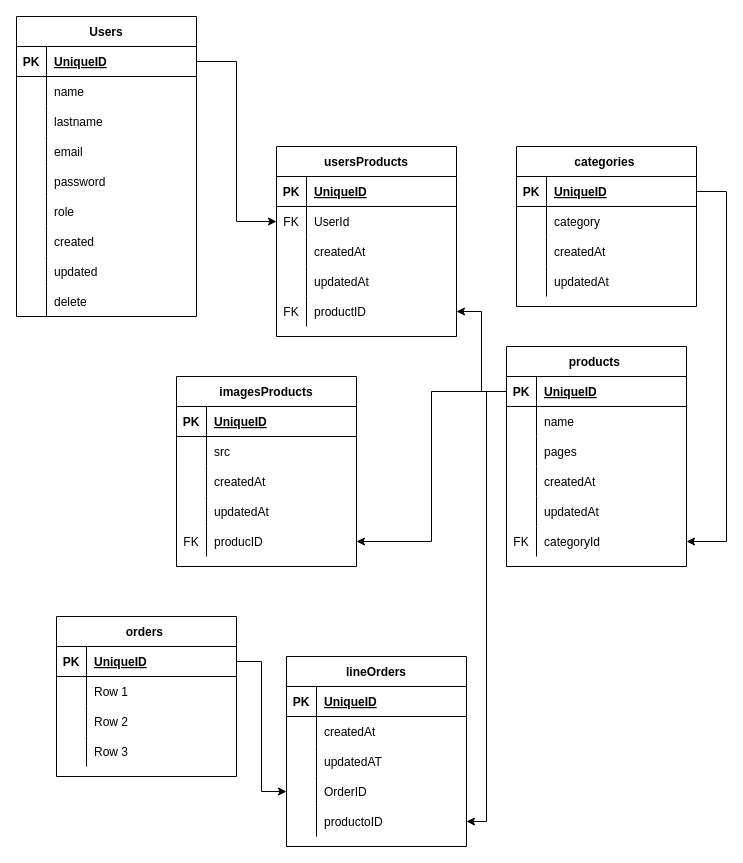
The draw.io diagram EBOOK-ECOMMERCE/Esquema Database.drawio in franco-es/E_BOOK-E_COMMERCE, before the edit. Source tidied: cells renumbered, new cells numbered last; positions are measured from the earlier drawing's top-left corner, leaving out a move shared by most shapes. Both pictures are drawn from the tidied source at 100%, with x=0, y=0 at pixel (16, 16).
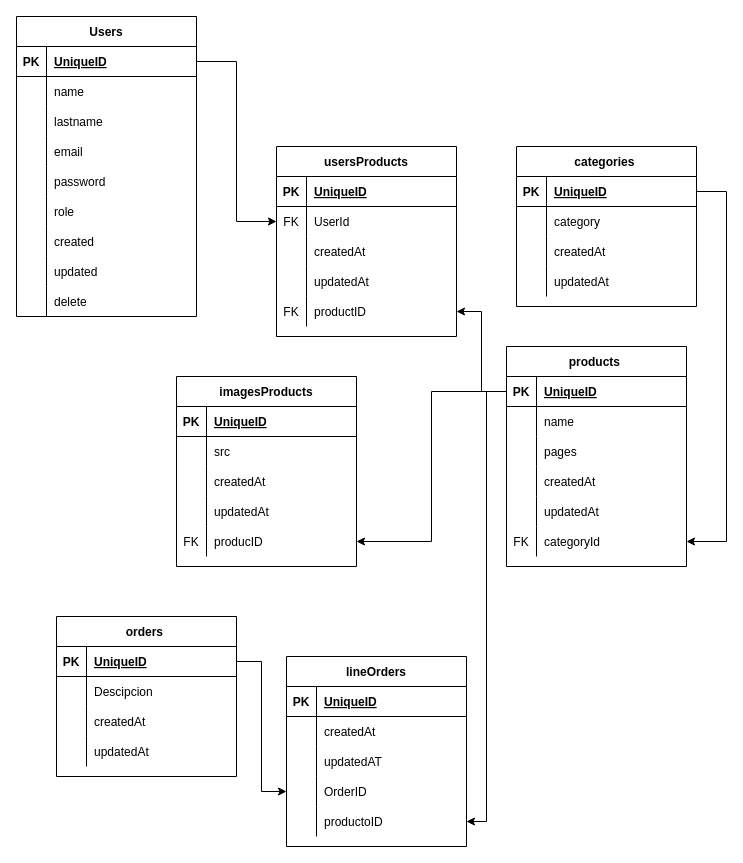
After the change.

The change refers to these unchanged cells:
```xml
<mxCell id="102" style="shape=partialRectangle;fillColor=none;top=0;left=0;bottom=0;right=0;" parent="98" vertex="1">
  <mxGeometry y="60" width="180" height="30" as="geometry" />
</mxCell>
<mxCell id="105" style="shape=partialRectangle;fillColor=none;top=0;left=0;bottom=0;right=0;" parent="98" vertex="1">
  <mxGeometry y="90" width="180" height="30" as="geometry" />
</mxCell>
<mxCell id="108" style="shape=partialRectangle;fillColor=none;top=0;left=0;bottom=0;right=0;" parent="98" vertex="1">
  <mxGeometry y="120" width="180" height="30" as="geometry" />
</mxCell>
```

What changed in the source:
```diff
@@
-    <mxCell id="104" value="Row 1" style="shape=partialRectangle;fillColor=none;top=0;left=0;bottom=0;right=0;align=left;spacingLeft=6;overflow=hidden;" parent="102" vertex="1">
+    <mxCell id="104" value="Descipcion" style="shape=partialRectangle;fillColor=none;top=0;left=0;bottom=0;right=0;align=left;spacingLeft=6;overflow=hidden;" parent="102" vertex="1">
       <mxGeometry x="30" width="150" height="30" as="geometry" />
     </mxCell>
@@
-    <mxCell id="107" value="Row 2" style="shape=partialRectangle;fillColor=none;top=0;left=0;bottom=0;right=0;align=left;spacingLeft=6;overflow=hidden;" parent="105" vertex="1">
+    <mxCell id="107" value="createdAt" style="shape=partialRectangle;fillColor=none;top=0;left=0;bottom=0;right=0;align=left;spacingLeft=6;overflow=hidden;" parent="105" vertex="1">
       <mxGeometry x="30" width="150" height="30" as="geometry" />
     </mxCell>
@@
-    <mxCell id="110" value="Row 3" style="shape=partialRectangle;fillColor=none;top=0;left=0;bottom=0;right=0;align=left;spacingLeft=6;overflow=hidden;" parent="108" vertex="1">
+    <mxCell id="110" value="updatedAt" style="shape=partialRectangle;fillColor=none;top=0;left=0;bottom=0;right=0;align=left;spacingLeft=6;overflow=hidden;" parent="108" vertex="1">
       <mxGeometry x="30" width="150" height="30" as="geometry" />
     </mxCell>
```
